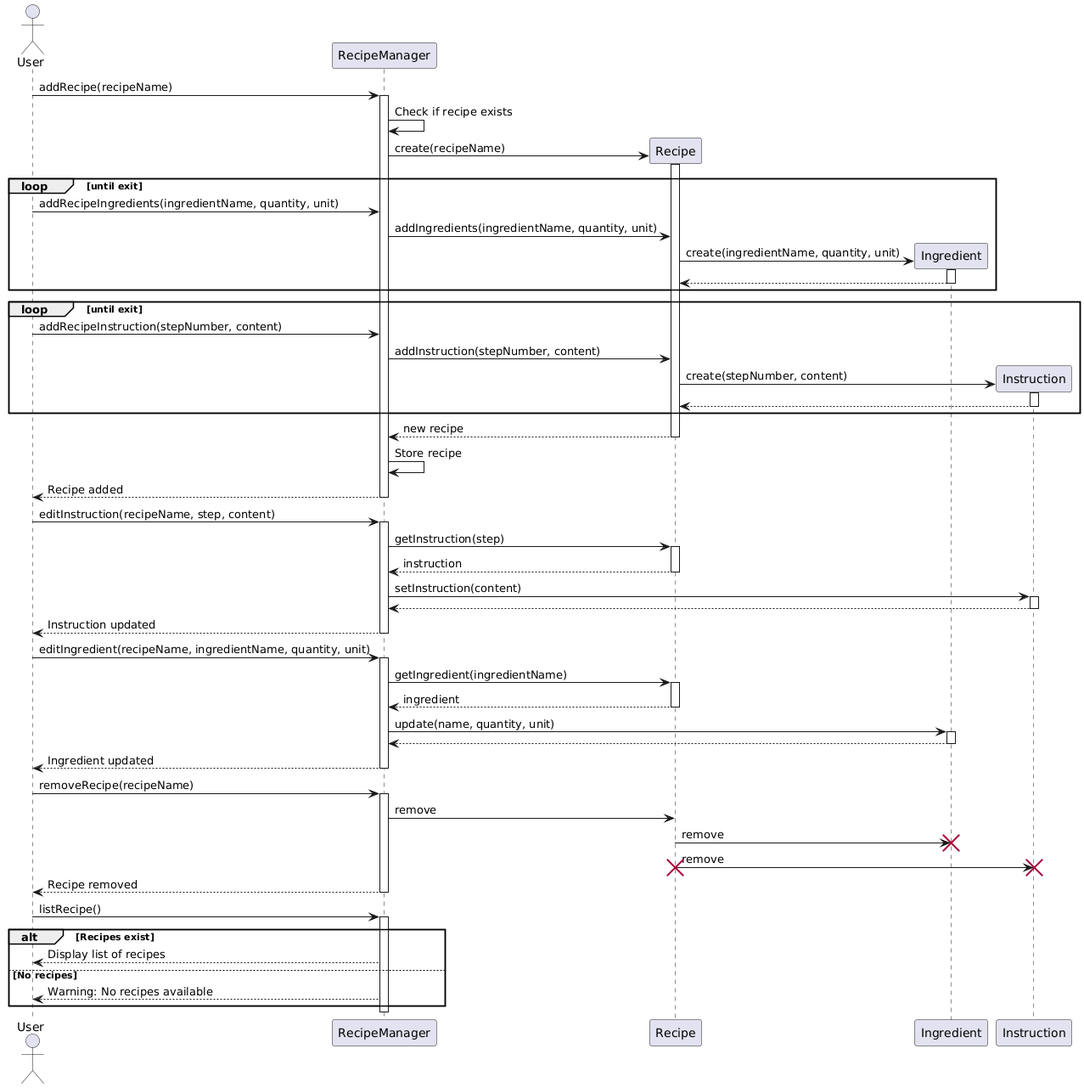
yok2086/tp keeps this PlantUML diagram as docs/Recipe_Sequence_Diagram.png. Above is the earlier version.
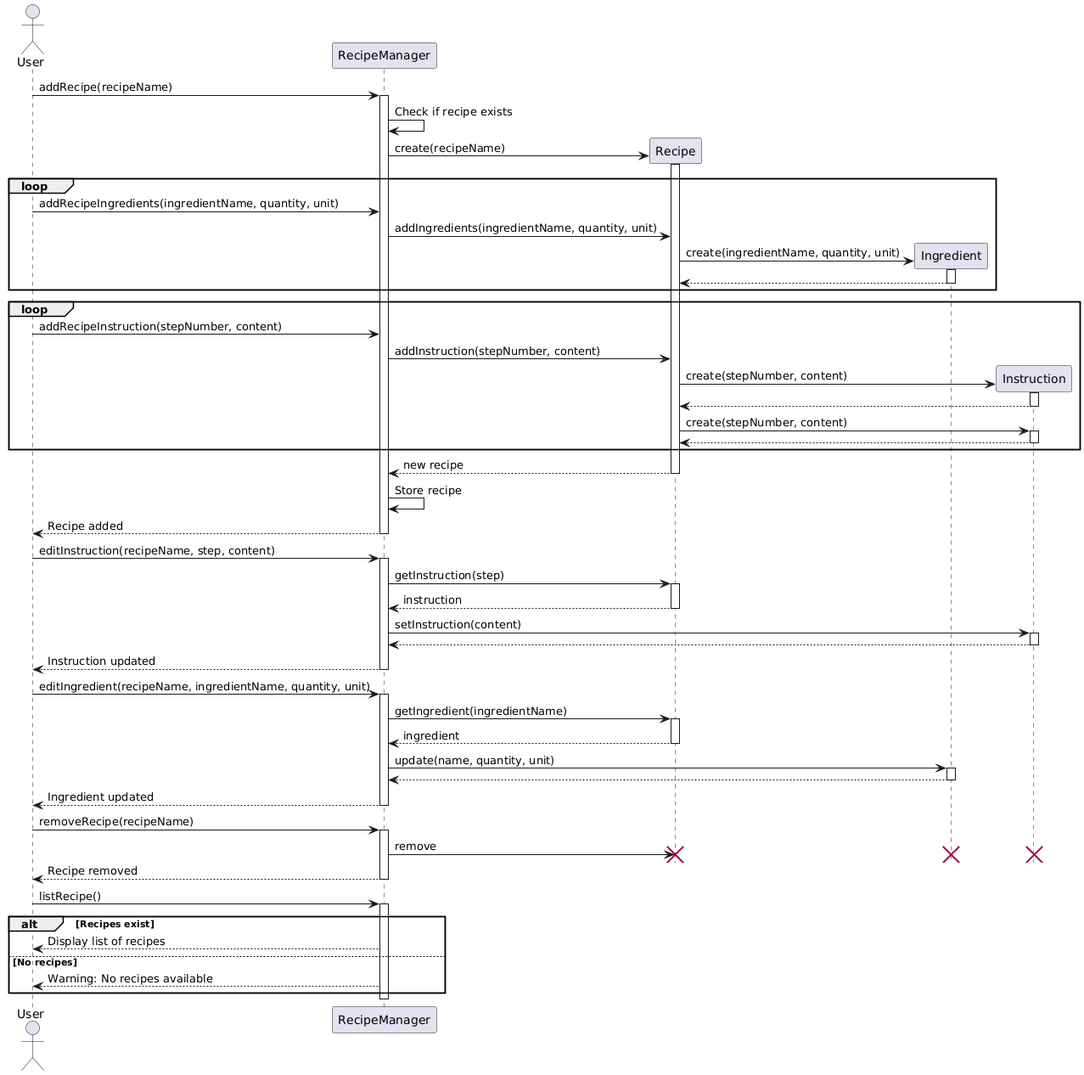
After the change.

Commit message:
Fix Recipe document issue

Change to the diagram source:
```diff
@@ -8,11 +8,10 @@
 User -> RecipeManager: addRecipe(recipeName)
 activate RecipeManager
 RecipeManager -> RecipeManager: Check if recipe exists
-
 create Recipe
 RecipeManager -> Recipe: create(recipeName)
 activate Recipe
-loop until exit
+loop
   User -> RecipeManager: addRecipeIngredients(ingredientName, quantity, unit)
   RecipeManager -> Recipe: addIngredients(ingredientName, quantity, unit)
   create Ingredient
@@ -21,10 +20,14 @@
   Ingredient --> Recipe
   deactivate Ingredient
 end
-loop until exit
+loop
   User -> RecipeManager: addRecipeInstruction(stepNumber, content)
   RecipeManager -> Recipe: addInstruction(stepNumber, content)
   create Instruction
+  Recipe -> Instruction: create(stepNumber, content)
+  activate Instruction
+  Instruction --> Recipe
+  deactivate Instruction
   Recipe -> Instruction: create(stepNumber, content)
   activate Instruction
   Instruction --> Recipe
@@ -41,7 +44,6 @@
 activate RecipeManager
 RecipeManager -> Recipe: getInstruction(step)
 activate Recipe
-
 
 Recipe --> RecipeManager: instruction
 deactivate Recipe
@@ -69,9 +71,7 @@
 User -> RecipeManager: removeRecipe(recipeName)
 activate RecipeManager
 RecipeManager -> Recipe: remove
-Recipe -> Ingredient: remove
 destroy Ingredient
-Recipe -> Instruction: remove
 destroy Instruction
 destroy Recipe
 RecipeManager --> User: Recipe removed
```
